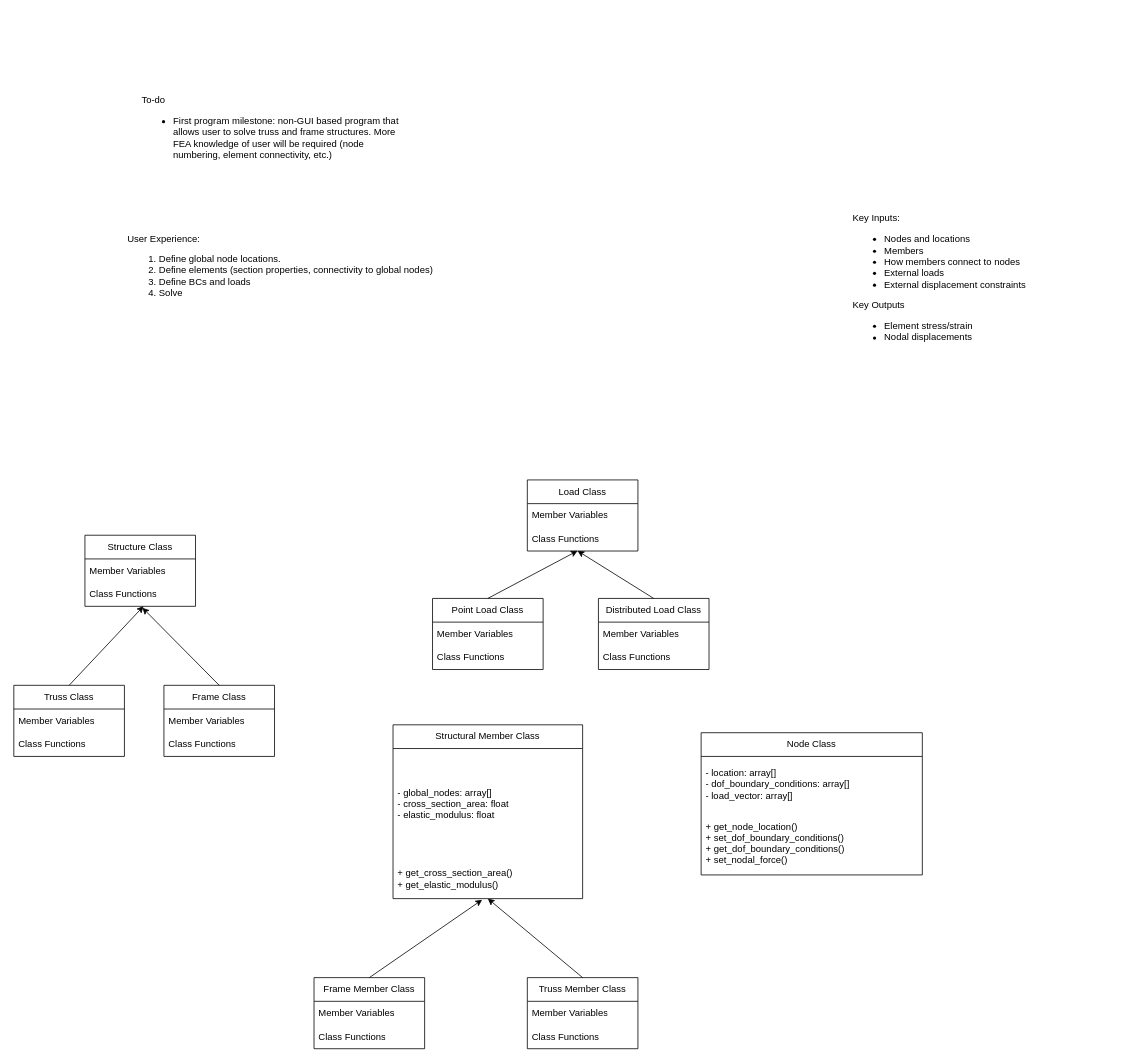
The draw.io diagram Program Structure.drawio in nickmenz/PySAP, before the edit. Source tidied: cells renumbered, new cells numbered last; positions are measured from the earlier drawing's top-left corner, leaving out a move shared by most shapes. Both pictures are drawn from the tidied source at 79%, with x=0, y=0 at pixel (13, 69).
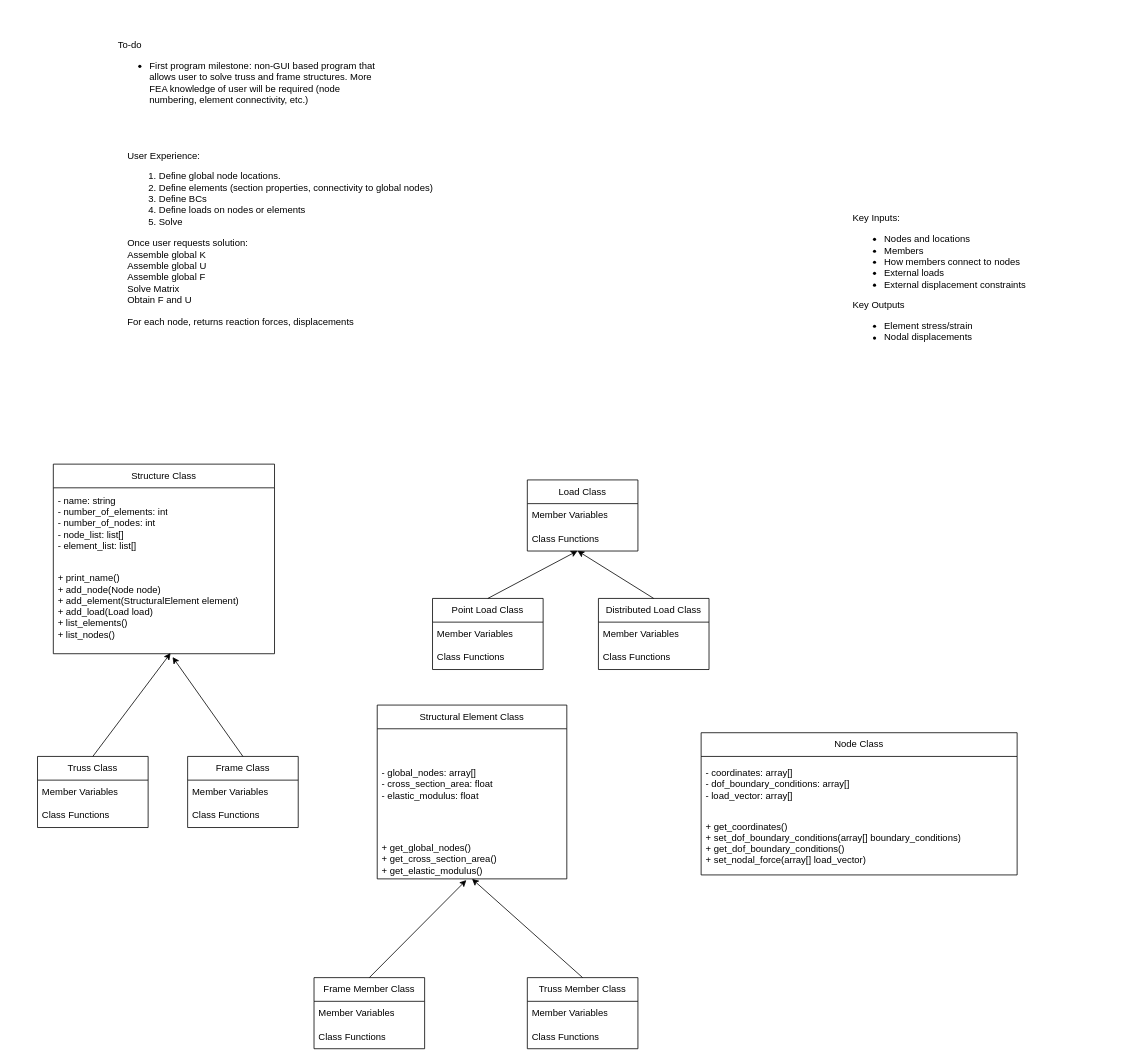
The same diagram, later.

Diff of the diagram source:
```diff
@@
-    <mxCell id="2" value="Structural Member Class" style="swimlane;fontStyle=0;horizontal=1;startSize=30;whiteSpace=wrap;html=1;" parent="1" vertex="1">
-      <mxGeometry x="480" y="830" width="240" height="220" as="geometry" />
+    <mxCell id="2" value="Structural Element Class" style="swimlane;fontStyle=0;horizontal=1;startSize=30;whiteSpace=wrap;html=1;" parent="1" vertex="1">
+      <mxGeometry x="460" y="805" width="240" height="220" as="geometry" />
     </mxCell>
@@
-    <mxCell id="4" value="&lt;span style=&quot;background-color: initial;&quot;&gt;+ get_cross_section_area()&lt;br&gt;+ get_elastic_modulus()&lt;br&gt;&lt;/span&gt;" style="text;strokeColor=none;fillColor=none;align=left;verticalAlign=middle;spacingLeft=4;spacingRight=4;overflow=hidden;points=[[0,0.5],[1,0.5]];portConstraint=eastwest;whiteSpace=wrap;html=1;" parent="2" vertex="1">
+    <mxCell id="4" value="&lt;span style=&quot;background-color: initial;&quot;&gt;+ get_global_nodes()&lt;br&gt;+ get_cross_section_area()&lt;br&gt;+ get_elastic_modulus()&lt;br&gt;&lt;/span&gt;" style="text;strokeColor=none;fillColor=none;align=left;verticalAlign=middle;spacingLeft=4;spacingRight=4;overflow=hidden;points=[[0,0.5],[1,0.5]];portConstraint=eastwest;whiteSpace=wrap;html=1;" parent="2" vertex="1">
       <mxGeometry y="170" width="240" height="50" as="geometry" />
     </mxCell>
     <mxCell id="5" value="Node Class" style="swimlane;fontStyle=0;horizontal=1;startSize=30;whiteSpace=wrap;html=1;" parent="1" vertex="1">
-      <mxGeometry x="870" y="840" width="280" height="180" as="geometry" />
+      <mxGeometry x="870" y="840" width="400" height="180" as="geometry" />
     </mxCell>
-    <mxCell id="6" value="- location: array[]&lt;br&gt;- dof_boundary_conditions: array[]&lt;br&gt;- load_vector: array[]" style="text;strokeColor=none;fillColor=none;align=left;verticalAlign=middle;spacingLeft=4;spacingRight=4;overflow=hidden;whiteSpace=wrap;html=1;" parent="5" vertex="1">
-      <mxGeometry y="30" width="280" height="70" as="geometry" />
+    <mxCell id="6" value="- coordinates: array[]&lt;br&gt;- dof_boundary_conditions: array[]&lt;br&gt;- load_vector: array[]" style="text;strokeColor=none;fillColor=none;align=left;verticalAlign=middle;spacingLeft=4;spacingRight=4;overflow=hidden;whiteSpace=wrap;html=1;" parent="5" vertex="1">
+      <mxGeometry y="30" width="400" height="70" as="geometry" />
     </mxCell>
-    <mxCell id="7" value="+ get_node_location()&lt;br&gt;+ set_dof_boundary_conditions()&lt;br&gt;+ get_dof_boundary_conditions()&lt;br&gt;+ set_nodal_force()" style="text;strokeColor=none;fillColor=none;align=left;verticalAlign=middle;spacingLeft=4;spacingRight=4;overflow=hidden;whiteSpace=wrap;html=1;" parent="5" vertex="1">
-      <mxGeometry y="100" width="280" height="80" as="geometry" />
+    <mxCell id="7" value="+ get_coordinates()&lt;br&gt;+ set_dof_boundary_conditions(array[] boundary_conditions)&lt;br&gt;+ get_dof_boundary_conditions()&lt;br&gt;+ set_nodal_force(array[] load_vector)" style="text;strokeColor=none;fillColor=none;align=left;verticalAlign=middle;spacingLeft=4;spacingRight=4;overflow=hidden;whiteSpace=wrap;html=1;" parent="5" vertex="1">
+      <mxGeometry y="100" width="400" height="80" as="geometry" />
     </mxCell>
     <mxCell id="8" value="Structure Class" style="swimlane;fontStyle=0;horizontal=1;startSize=30;whiteSpace=wrap;html=1;" parent="1" vertex="1">
-      <mxGeometry x="90" y="590" width="140" height="90" as="geometry" />
+      <mxGeometry x="50" y="500" width="280" height="240" as="geometry" />
     </mxCell>
-    <mxCell id="9" value="Member Variables" style="text;strokeColor=none;fillColor=none;align=left;verticalAlign=middle;spacingLeft=4;spacingRight=4;overflow=hidden;whiteSpace=wrap;html=1;" parent="8" vertex="1">
-      <mxGeometry y="30" width="140" height="30" as="geometry" />
+    <mxCell id="9" value="- name: string&lt;br&gt;- number_of_elements: int&lt;br&gt;- number_of_nodes: int&lt;br&gt;- node_list: list[]&lt;br&gt;- element_list: list[]" style="text;strokeColor=none;fillColor=none;align=left;verticalAlign=middle;spacingLeft=4;spacingRight=4;overflow=hidden;whiteSpace=wrap;html=1;" parent="8" vertex="1">
+      <mxGeometry y="30" width="280" height="90" as="geometry" />
     </mxCell>
-    <mxCell id="10" value="Class Functions" style="text;strokeColor=none;fillColor=none;align=left;verticalAlign=middle;spacingLeft=4;spacingRight=4;overflow=hidden;points=[[0,0.5],[1,0.5]];portConstraint=eastwest;whiteSpace=wrap;html=1;" parent="8" vertex="1">
-      <mxGeometry y="60" width="140" height="30" as="geometry" />
+    <mxCell id="10" value="+ print_name()&lt;br&gt;+ add_node(Node node)&lt;br&gt;+ add_element(StructuralElement element)&lt;br&gt;+ add_load(Load load)&lt;br&gt;+ list_elements()&lt;br&gt;+ list_nodes()&lt;br&gt;" style="text;strokeColor=none;fillColor=none;align=left;verticalAlign=middle;spacingLeft=4;spacingRight=4;overflow=hidden;points=[[0,0.5],[1,0.5]];portConstraint=eastwest;whiteSpace=wrap;html=1;" parent="8" vertex="1">
+      <mxGeometry y="120" width="280" height="120" as="geometry" />
     </mxCell>
     <mxCell id="11" value="Truss Class" style="swimlane;fontStyle=0;horizontal=1;startSize=30;whiteSpace=wrap;html=1;" parent="1" vertex="1">
-      <mxGeometry y="780" width="140" height="90" as="geometry" />
+      <mxGeometry x="30" y="870" width="140" height="90" as="geometry" />
     </mxCell>
@@
     <mxCell id="14" value="Frame Class" style="swimlane;fontStyle=0;horizontal=1;startSize=30;whiteSpace=wrap;html=1;" parent="1" vertex="1">
-      <mxGeometry x="190" y="780" width="140" height="90" as="geometry" />
+      <mxGeometry x="220" y="870" width="140" height="90" as="geometry" />
     </mxCell>
@@
-    <mxCell id="18" style="endArrow=classic;html=1;rounded=0;entryX=0.52;entryY=1.061;entryDx=0;entryDy=0;entryPerimeter=0;exitX=0.5;exitY=0;exitDx=0;exitDy=0;" parent="1" edge="1" source="14" target="10">
+    <mxCell id="18" style="endArrow=classic;html=1;rounded=0;entryX=0.539;entryY=1.035;entryDx=0;entryDy=0;entryPerimeter=0;exitX=0.5;exitY=0;exitDx=0;exitDy=0;" parent="1" edge="1" source="14" target="10">
       <mxGeometry relative="1" as="geometry" />
     </mxCell>
@@
     <mxCell id="39" value="To-do&lt;br&gt;&lt;ul&gt;&lt;li&gt;First program milestone: non-GUI based program that allows user to solve truss and frame structures. More FEA knowledge of user will be required (node numbering, element connectivity, etc.)&lt;/li&gt;&lt;/ul&gt;" style="text;html=1;strokeColor=none;fillColor=none;align=left;verticalAlign=middle;whiteSpace=wrap;rounded=0;" parent="1" vertex="1">
-      <mxGeometry x="160" width="340" height="160" as="geometry" />
+      <mxGeometry x="130" y="-70" width="340" height="160" as="geometry" />
     </mxCell>
-    <mxCell id="40" value="User Experience:&lt;br&gt;&lt;ol&gt;&lt;li&gt;Define global node locations.&lt;/li&gt;&lt;li&gt;Define elements (section properties, connectivity to global nodes)&lt;/li&gt;&lt;li&gt;Define BCs and loads&lt;/li&gt;&lt;li&gt;Solve&lt;/li&gt;&lt;/ol&gt;" style="text;html=1;strokeColor=none;fillColor=none;align=left;verticalAlign=middle;whiteSpace=wrap;rounded=0;" parent="1" vertex="1">
-      <mxGeometry x="142" y="160" width="400" height="190" as="geometry" />
+    <mxCell id="40" value="User Experience:&lt;br&gt;&lt;ol&gt;&lt;li&gt;Define global node locations.&lt;/li&gt;&lt;li&gt;Define elements (section properties, connectivity to global nodes)&lt;/li&gt;&lt;li&gt;Define BCs&amp;nbsp;&lt;/li&gt;&lt;li&gt;Define loads on nodes or elements&lt;/li&gt;&lt;li&gt;Solve&lt;/li&gt;&lt;/ol&gt;&lt;div&gt;Once user requests solution:&lt;/div&gt;&lt;div&gt;Assemble global K&lt;/div&gt;&lt;div&gt;Assemble global U&lt;/div&gt;&lt;div&gt;Assemble global F&lt;/div&gt;&lt;div&gt;Solve Matrix&lt;/div&gt;&lt;div&gt;Obtain F and U&lt;/div&gt;&lt;div&gt;&lt;br&gt;&lt;/div&gt;&lt;div&gt;For each node, returns reaction forces, displacements&lt;/div&gt;" style="text;html=1;strokeColor=none;fillColor=none;align=left;verticalAlign=middle;whiteSpace=wrap;rounded=0;" parent="1" vertex="1">
+      <mxGeometry x="142" y="100" width="400" height="230" as="geometry" />
     </mxCell>
```
